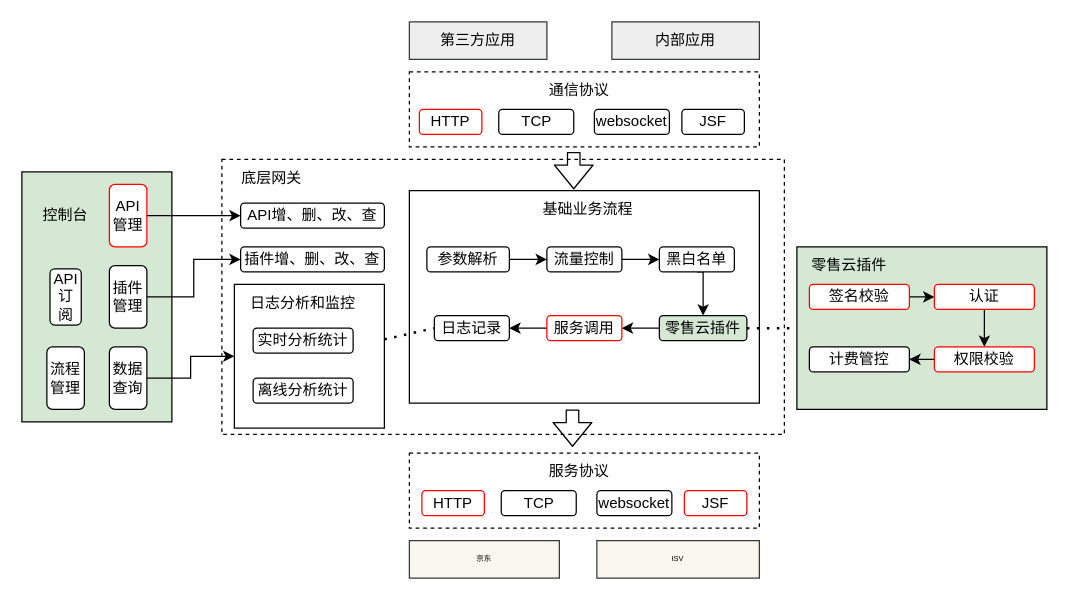
Earlier version of the draw.io diagram gateway.drawio (greenabyss/image). Source tidied: cells renumbered, new cells numbered last; positions are measured from the earlier drawing's top-left corner, leaving out a move shared by most shapes. Both pictures are drawn from the tidied source at 125%, with x=0, y=0 at pixel (21, 21).
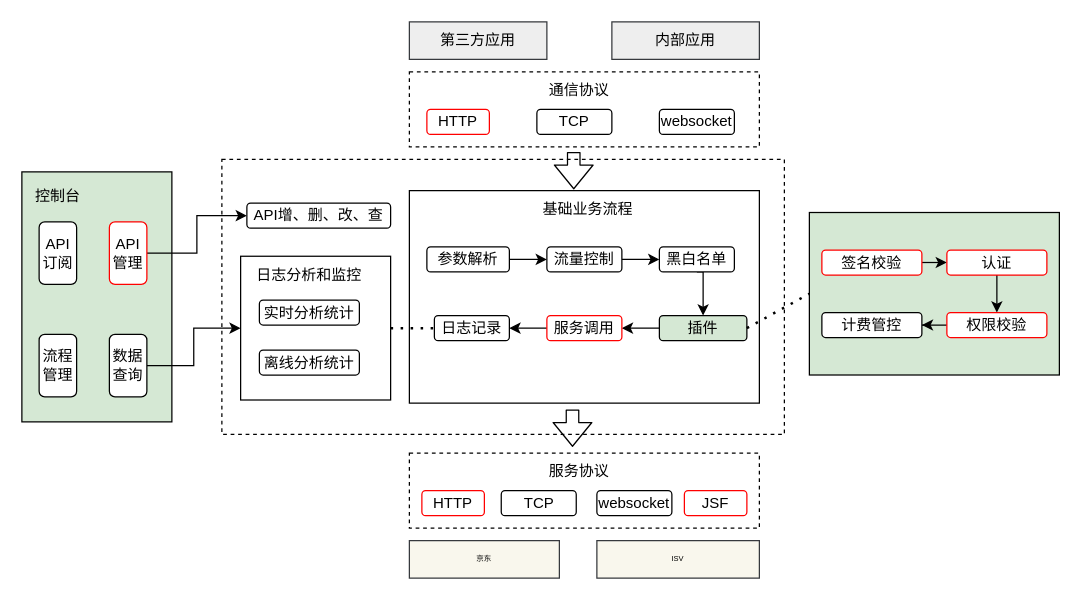
The same diagram, later.

The edit, as a diff of the source:
```diff
@@
     <mxCell id="15" value="HTTP" style="rounded=1;whiteSpace=wrap;html=1;shadow=0;glass=0;sketch=0;strokeColor=#FF0000;" parent="1" vertex="1">
-      <mxGeometry x="318" y="70" width="50" height="20" as="geometry" />
+      <mxGeometry x="324" y="70" width="50" height="20" as="geometry" />
     </mxCell>
     <mxCell id="16" value="TCP" style="rounded=1;whiteSpace=wrap;html=1;shadow=0;glass=0;sketch=0;strokeColor=#000000;" parent="1" vertex="1">
-      <mxGeometry x="381.5" y="70" width="60" height="20" as="geometry" />
+      <mxGeometry x="412" y="70" width="60" height="20" as="geometry" />
     </mxCell>
     <mxCell id="17" value="websocket" style="rounded=1;whiteSpace=wrap;html=1;shadow=0;glass=0;sketch=0;strokeColor=#000000;" parent="1" vertex="1">
-      <mxGeometry x="458" y="70" width="60" height="20" as="geometry" />
+      <mxGeometry x="510" y="70" width="60" height="20" as="geometry" />
     </mxCell>
-    <mxCell id="18" value="JSF" style="rounded=1;whiteSpace=wrap;html=1;shadow=0;glass=0;sketch=0;strokeColor=#000000;" parent="1" vertex="1">
-      <mxGeometry x="528" y="70" width="50" height="20" as="geometry" />
-    </mxCell>
@@
     <mxCell id="22" value="控制台" style="text;html=1;strokeColor=none;fillColor=none;align=center;verticalAlign=middle;whiteSpace=wrap;rounded=0;" parent="1" vertex="1">
-      <mxGeometry x="15" y="145" width="40" height="20" as="geometry" />
+      <mxGeometry x="8.8" y="130" width="40" height="20" as="geometry" />
     </mxCell>
@@
     <mxCell id="24" value="API管理" style="rounded=1;whiteSpace=wrap;html=1;strokeColor=#FF0000;" parent="1" vertex="1">
-      <mxGeometry x="70" y="130" width="30" height="50" as="geometry" />
+      <mxGeometry x="70" y="160" width="30" height="50" as="geometry" />
     </mxCell>
-    <mxCell id="25" style="edgeStyle=orthogonalEdgeStyle;rounded=0;jettySize=auto;html=1;exitX=1;exitY=0.5;exitDx=0;exitDy=0;entryX=0;entryY=0.5;entryDx=0;entryDy=0;" parent="1" edge="1" source="26" target="59">
-      <mxGeometry relative="1" as="geometry" />
-    </mxCell>
-    <mxCell id="26" value="插件管理" style="rounded=1;whiteSpace=wrap;html=1;" parent="1" vertex="1">
-      <mxGeometry x="70" y="195" width="30" height="50" as="geometry" />
-    </mxCell>
@@
     <mxCell id="28" value="数据查询" style="rounded=1;whiteSpace=wrap;html=1;" parent="1" vertex="1">
-      <mxGeometry x="70" y="260" width="30" height="50" as="geometry" />
+      <mxGeometry x="70" y="250" width="30" height="50" as="geometry" />
     </mxCell>
@@
-    <mxCell id="36" value="零售云插件" style="rounded=1;whiteSpace=wrap;html=1;shadow=0;glass=0;sketch=0;fillColor=#D5E8D4;" parent="1" vertex="1">
+    <mxCell id="36" value="插件" style="rounded=1;whiteSpace=wrap;html=1;shadow=0;glass=0;sketch=0;fillColor=#D5E8D4;" parent="1" vertex="1">
       <mxGeometry x="510" y="235" width="70" height="20" as="geometry" />
     </mxCell>
@@
     <mxCell id="42" style="rounded=0;whiteSpace=wrap;html=1;fillColor=#D5E8D4;" parent="1" vertex="1">
-      <mxGeometry x="620" y="180" width="200" height="130" as="geometry" />
+      <mxGeometry x="630" y="152.5" width="200" height="130" as="geometry" />
     </mxCell>
-    <mxCell id="43" value="零售云插件" style="text;html=1;strokeColor=none;fillColor=none;align=center;verticalAlign=middle;whiteSpace=wrap;rounded=0;shadow=0;glass=0;dashed=1;sketch=0;" parent="1" vertex="1">
-      <mxGeometry x="630" y="190" width="64" height="10" as="geometry" />
-    </mxCell>
@@
     <mxCell id="45" value="签名校验" style="rounded=1;whiteSpace=wrap;html=1;shadow=0;glass=0;sketch=0;strokeColor=#FF0000;" parent="1" vertex="1">
-      <mxGeometry x="630" y="210" width="80" height="20" as="geometry" />
+      <mxGeometry x="640" y="182.5" width="80" height="20" as="geometry" />
     </mxCell>
@@
     <mxCell id="47" value="认证" style="rounded=1;whiteSpace=wrap;html=1;shadow=0;glass=0;sketch=0;strokeColor=#FF0000;" parent="1" vertex="1">
-      <mxGeometry x="730" y="210" width="80" height="20" as="geometry" />
+      <mxGeometry x="740" y="182.5" width="80" height="20" as="geometry" />
     </mxCell>
@@
     <mxCell id="49" value="权限校验" style="rounded=1;whiteSpace=wrap;html=1;shadow=0;glass=0;sketch=0;strokeColor=#FF0000;" parent="1" vertex="1">
-      <mxGeometry x="730" y="260" width="80" height="20" as="geometry" />
+      <mxGeometry x="740" y="232.5" width="80" height="20" as="geometry" />
     </mxCell>
     <mxCell id="50" value="计费管控" style="rounded=1;whiteSpace=wrap;html=1;shadow=0;glass=0;sketch=0;strokeColor=#000000;" parent="1" vertex="1">
-      <mxGeometry x="630" y="260" width="80" height="20" as="geometry" />
+      <mxGeometry x="640" y="232.5" width="80" height="20" as="geometry" />
     </mxCell>
@@
     <mxCell id="52" style="rounded=0;whiteSpace=wrap;html=1;" parent="1" vertex="1">
-      <mxGeometry x="170" y="210" width="120" height="115" as="geometry" />
+      <mxGeometry x="175" y="187.5" width="120" height="115" as="geometry" />
     </mxCell>
     <mxCell id="53" value="日志分析和监控" style="text;html=1;strokeColor=none;fillColor=none;align=center;verticalAlign=middle;whiteSpace=wrap;rounded=0;shadow=0;glass=0;dashed=1;sketch=0;" parent="1" vertex="1">
-      <mxGeometry x="180" y="220" width="90" height="10" as="geometry" />
+      <mxGeometry x="185" y="197.5" width="90" height="10" as="geometry" />
     </mxCell>
     <mxCell id="54" value="实时分析统计" style="rounded=1;whiteSpace=wrap;html=1;shadow=0;glass=0;sketch=0;strokeColor=#000000;" parent="1" vertex="1">
-      <mxGeometry x="185" y="245" width="80" height="20" as="geometry" />
+      <mxGeometry x="190" y="222.5" width="80" height="20" as="geometry" />
     </mxCell>
     <mxCell id="55" value="离线分析统计" style="rounded=1;whiteSpace=wrap;html=1;shadow=0;glass=0;sketch=0;strokeColor=#000000;" parent="1" vertex="1">
-      <mxGeometry x="185" y="285" width="80" height="20" as="geometry" />
+      <mxGeometry x="190" y="262.5" width="80" height="20" as="geometry" />
     </mxCell>
@@
-    <mxCell id="57" value="底层网关" style="text;html=1;strokeColor=none;fillColor=none;align=center;verticalAlign=middle;whiteSpace=wrap;rounded=0;dashed=1;" parent="1" vertex="1">
-      <mxGeometry x="170" y="115" width="60" height="20" as="geometry" />
-    </mxCell>
     <mxCell id="58" value="API增、删、改、查" style="rounded=1;whiteSpace=wrap;html=1;shadow=0;glass=0;sketch=0;strokeColor=#000000;" parent="1" vertex="1">
-      <mxGeometry x="175" y="145" width="115" height="20" as="geometry" />
+      <mxGeometry x="180" y="145" width="115" height="20" as="geometry" />
     </mxCell>
-    <mxCell id="59" value="插件增、删、改、查" style="rounded=1;whiteSpace=wrap;html=1;shadow=0;glass=0;sketch=0;strokeColor=#000000;" parent="1" vertex="1">
-      <mxGeometry x="175" y="180" width="115" height="20" as="geometry" />
-    </mxCell>
+    <mxCell id="61" value="流程管理" style="rounded=1;whiteSpace=wrap;html=1;shadow=0;glass=0;sketch=0;strokeColor=#000000;" parent="1" vertex="1">
+      <mxGeometry x="13.8" y="250" width="30" height="50" as="geometry" />
+    </mxCell>
-    <mxCell id="60" value="API订阅" style="rounded=1;whiteSpace=wrap;html=1;shadow=0;glass=0;sketch=0;strokeColor=#000000;" parent="1" vertex="1">
-      <mxGeometry x="22.5" y="197.5" width="25" height="45" as="geometry" />
+    <mxCell id="60" value="API订阅" style="rounded=1;whiteSpace=wrap;html=1;" parent="1" vertex="1">
+      <mxGeometry x="13.8" y="160" width="30" height="50" as="geometry" />
     </mxCell>
-    <mxCell id="61" value="流程管理" style="rounded=1;whiteSpace=wrap;html=1;shadow=0;glass=0;sketch=0;strokeColor=#000000;" parent="1" vertex="1">
-      <mxGeometry x="20" y="260" width="30" height="50" as="geometry" />
-    </mxCell>
```
